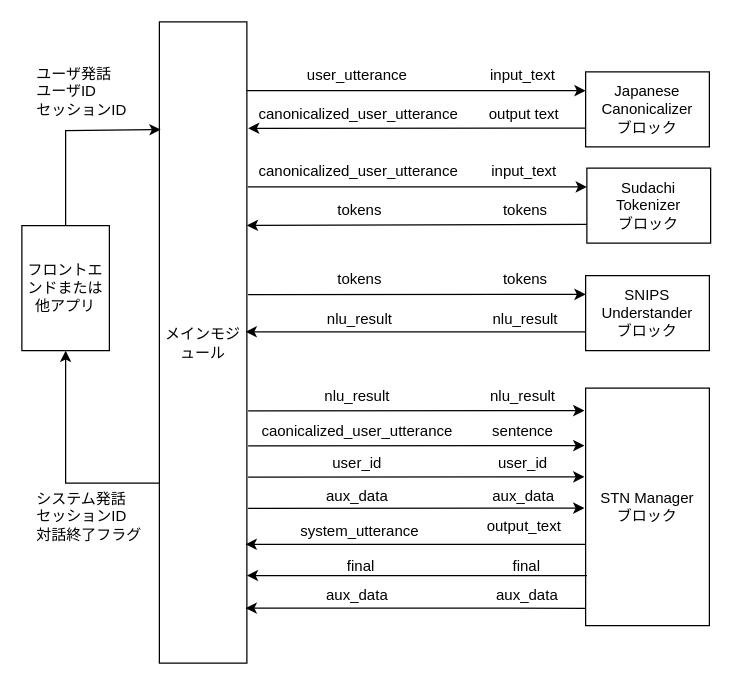
Above: docs/images/sample-arch.drawio in c4a-ri/dialbb (draw.io), before the change. Source tidied: cells renumbered, new cells numbered last; positions are measured from the earlier drawing's top-left corner, leaving out a move shared by most shapes. Both pictures are drawn from the tidied source at 125%, with x=0, y=0 at pixel (21, 21).
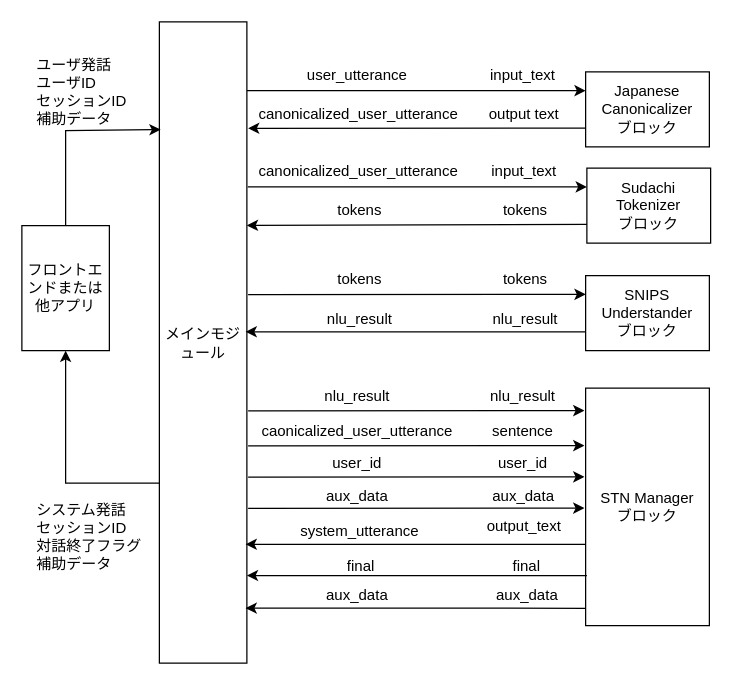
The same page after the edit.

Change to the diagram source:
```diff
@@
-    <mxCell id="13" value="システム発話&lt;br&gt;セッションID&lt;br&gt;対話終了フラグ" style="text;html=1;strokeColor=none;fillColor=none;align=left;verticalAlign=middle;whiteSpace=wrap;rounded=0;" parent="1" vertex="1">
-      <mxGeometry x="10" y="383" width="100" height="25" as="geometry" />
+    <mxCell id="13" value="システム発話&lt;br&gt;セッションID&lt;br&gt;対話終了フラグ&lt;br&gt;補助データ" style="text;html=1;strokeColor=none;fillColor=none;align=left;verticalAlign=middle;whiteSpace=wrap;rounded=0;" parent="1" vertex="1">
+      <mxGeometry x="10" y="399" width="100" height="25" as="geometry" />
     </mxCell>
@@
-    <mxCell id="44" value="ユーザ発話&lt;br&gt;ユーザID&lt;br&gt;セッションID" style="text;html=1;strokeColor=none;fillColor=none;align=left;verticalAlign=middle;whiteSpace=wrap;rounded=0;" parent="1" vertex="1">
+    <mxCell id="44" value="ユーザ発話&lt;br&gt;ユーザID&lt;br&gt;セッションID&lt;br&gt;補助データ" style="text;html=1;strokeColor=none;fillColor=none;align=left;verticalAlign=middle;whiteSpace=wrap;rounded=0;" parent="1" vertex="1">
       <mxGeometry x="10" y="43" width="100" height="25" as="geometry" />
     </mxCell>
```
